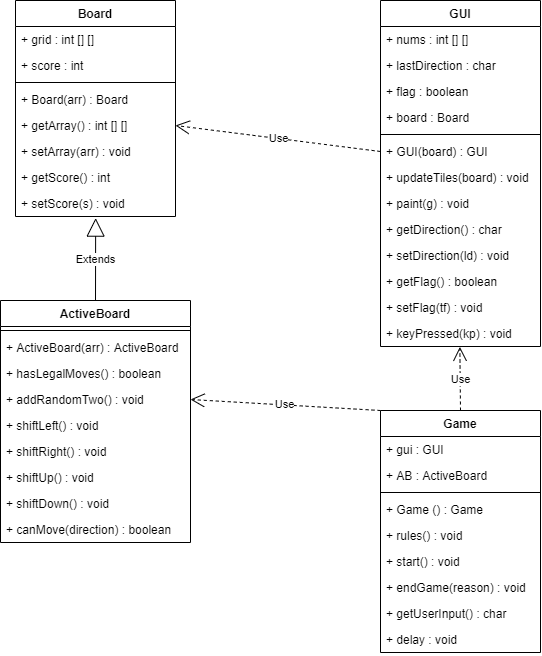
Computerized/2AA4 keeps this draw.io diagram as A4/specification/A4UML.png. Above is the earlier version. Source tidied: cells renumbered, new cells last; positions are measured from the earlier drawing's top-left corner, leaving out a move shared by most shapes. The source it was exported from:
```xml
<mxGraphModel>
  <root>
    <mxCell id="0" />
    <mxCell id="1" parent="0" />
    <mxCell id="2" value="Board" style="swimlane;fontStyle=1;align=center;verticalAlign=top;horizontal=1;startSize=26;" parent="1" vertex="1">
      <mxGeometry x="15" width="160" height="216" as="geometry" />
    </mxCell>
    <mxCell id="3" value="+ grid : int [] []" style="text;strokeColor=none;fillColor=none;align=left;verticalAlign=top;spacingLeft=4;spacingRight=4;overflow=hidden;" parent="2" vertex="1">
      <mxGeometry y="26" width="160" height="26" as="geometry" />
    </mxCell>
    <mxCell id="4" value="+ score : int" style="text;strokeColor=none;fillColor=none;align=left;verticalAlign=top;spacingLeft=4;spacingRight=4;overflow=hidden;" parent="2" vertex="1">
      <mxGeometry y="52" width="160" height="26" as="geometry" />
    </mxCell>
    <mxCell id="5" style="line;strokeWidth=1;fillColor=none;align=left;verticalAlign=middle;spacingTop=-1;spacingLeft=3;spacingRight=3;labelPosition=right;" parent="2" vertex="1">
      <mxGeometry y="78" width="160" height="8" as="geometry" />
    </mxCell>
    <mxCell id="6" value="+ Board(arr) : Board" style="text;strokeColor=none;fillColor=none;align=left;verticalAlign=top;spacingLeft=4;spacingRight=4;overflow=hidden;" parent="2" vertex="1">
      <mxGeometry y="86" width="160" height="26" as="geometry" />
    </mxCell>
    <mxCell id="7" value="+ getArray() : int [] []" style="text;strokeColor=none;fillColor=none;align=left;verticalAlign=top;spacingLeft=4;spacingRight=4;overflow=hidden;points=[[0,0.5],[1,0.5]];portConstraint=eastwest;" parent="2" vertex="1">
      <mxGeometry y="112" width="160" height="26" as="geometry" />
    </mxCell>
    <mxCell id="8" value="+ setArray(arr) : void" style="text;strokeColor=none;fillColor=none;align=left;verticalAlign=top;spacingLeft=4;spacingRight=4;overflow=hidden;" parent="2" vertex="1">
      <mxGeometry y="138" width="160" height="26" as="geometry" />
    </mxCell>
    <mxCell id="9" value="+ getScore() : int" style="text;strokeColor=none;fillColor=none;align=left;verticalAlign=top;spacingLeft=4;spacingRight=4;overflow=hidden;" parent="2" vertex="1">
      <mxGeometry y="164" width="160" height="26" as="geometry" />
    </mxCell>
    <mxCell id="10" value="+ setScore(s) : void" style="text;strokeColor=none;fillColor=none;align=left;verticalAlign=top;spacingLeft=4;spacingRight=4;overflow=hidden;points=[[0,0.5],[1,0.5]];portConstraint=eastwest;" parent="2" vertex="1">
      <mxGeometry y="190" width="160" height="26" as="geometry" />
    </mxCell>
    <mxCell id="11" value="ActiveBoard" style="swimlane;fontStyle=1;align=center;verticalAlign=top;horizontal=1;startSize=26;" parent="1" vertex="1">
      <mxGeometry y="300" width="190" height="242" as="geometry" />
    </mxCell>
    <mxCell id="12" style="line;strokeWidth=1;fillColor=none;align=left;verticalAlign=middle;spacingTop=-1;spacingLeft=3;spacingRight=3;labelPosition=right;" parent="11" vertex="1">
      <mxGeometry y="26" width="190" height="8" as="geometry" />
    </mxCell>
    <mxCell id="13" value="+ ActiveBoard(arr) : ActiveBoard" style="text;strokeColor=none;fillColor=none;align=left;verticalAlign=top;spacingLeft=4;spacingRight=4;overflow=hidden;" parent="11" vertex="1">
      <mxGeometry y="34" width="190" height="26" as="geometry" />
    </mxCell>
    <mxCell id="14" value="+ hasLegalMoves() : boolean" style="text;strokeColor=none;fillColor=none;align=left;verticalAlign=top;spacingLeft=4;spacingRight=4;overflow=hidden;" parent="11" vertex="1">
      <mxGeometry y="60" width="190" height="26" as="geometry" />
    </mxCell>
    <mxCell id="15" value="+ addRandomTwo() : void" style="text;strokeColor=none;fillColor=none;align=left;verticalAlign=top;spacingLeft=4;spacingRight=4;overflow=hidden;points=[[0,0.5],[1,0.5]];portConstraint=eastwest;" parent="11" vertex="1">
      <mxGeometry y="86" width="190" height="26" as="geometry" />
    </mxCell>
    <mxCell id="16" value="+ shiftLeft() : void" style="text;strokeColor=none;fillColor=none;align=left;verticalAlign=top;spacingLeft=4;spacingRight=4;overflow=hidden;" parent="11" vertex="1">
      <mxGeometry y="112" width="190" height="26" as="geometry" />
    </mxCell>
    <mxCell id="17" value="+ shiftRight() : void" style="text;strokeColor=none;fillColor=none;align=left;verticalAlign=top;spacingLeft=4;spacingRight=4;overflow=hidden;" parent="11" vertex="1">
      <mxGeometry y="138" width="190" height="26" as="geometry" />
    </mxCell>
    <mxCell id="18" value="+ shiftUp() : void" style="text;strokeColor=none;fillColor=none;align=left;verticalAlign=top;spacingLeft=4;spacingRight=4;overflow=hidden;" parent="11" vertex="1">
      <mxGeometry y="164" width="190" height="26" as="geometry" />
    </mxCell>
    <mxCell id="19" value="+ shiftDown() : void" style="text;strokeColor=none;fillColor=none;align=left;verticalAlign=top;spacingLeft=4;spacingRight=4;overflow=hidden;" parent="11" vertex="1">
      <mxGeometry y="190" width="190" height="26" as="geometry" />
    </mxCell>
    <mxCell id="20" value="+ canMove(direction) : boolean" style="text;strokeColor=none;fillColor=none;align=left;verticalAlign=top;spacingLeft=4;spacingRight=4;overflow=hidden;" parent="11" vertex="1">
      <mxGeometry y="216" width="190" height="26" as="geometry" />
    </mxCell>
    <mxCell id="21" value="GUI" style="swimlane;fontStyle=1;align=center;verticalAlign=top;horizontal=1;startSize=26;" parent="1" vertex="1">
      <mxGeometry x="380" width="160" height="346" as="geometry" />
    </mxCell>
    <mxCell id="22" value="+ nums : int [] []" style="text;strokeColor=none;fillColor=none;align=left;verticalAlign=top;spacingLeft=4;spacingRight=4;overflow=hidden;" parent="21" vertex="1">
      <mxGeometry y="26" width="160" height="26" as="geometry" />
    </mxCell>
    <mxCell id="23" value="+ lastDirection : char" style="text;strokeColor=none;fillColor=none;align=left;verticalAlign=top;spacingLeft=4;spacingRight=4;overflow=hidden;" parent="21" vertex="1">
      <mxGeometry y="52" width="160" height="26" as="geometry" />
    </mxCell>
    <mxCell id="24" value="+ flag : boolean" style="text;strokeColor=none;fillColor=none;align=left;verticalAlign=top;spacingLeft=4;spacingRight=4;overflow=hidden;" parent="21" vertex="1">
      <mxGeometry y="78" width="160" height="26" as="geometry" />
    </mxCell>
    <mxCell id="25" value="+ board : Board" style="text;strokeColor=none;fillColor=none;align=left;verticalAlign=top;spacingLeft=4;spacingRight=4;overflow=hidden;" parent="21" vertex="1">
      <mxGeometry y="104" width="160" height="26" as="geometry" />
    </mxCell>
    <mxCell id="26" style="line;strokeWidth=1;fillColor=none;align=left;verticalAlign=middle;spacingTop=-1;spacingLeft=3;spacingRight=3;labelPosition=right;" parent="21" vertex="1">
      <mxGeometry y="130" width="160" height="8" as="geometry" />
    </mxCell>
    <mxCell id="27" value="+ GUI(board) : GUI" style="text;strokeColor=none;fillColor=none;align=left;verticalAlign=top;spacingLeft=4;spacingRight=4;overflow=hidden;points=[[0,0.5],[1,0.5]];portConstraint=eastwest;" parent="21" vertex="1">
      <mxGeometry y="138" width="160" height="26" as="geometry" />
    </mxCell>
    <mxCell id="28" value="+ updateTiles(board) : void" style="text;strokeColor=none;fillColor=none;align=left;verticalAlign=top;spacingLeft=4;spacingRight=4;overflow=hidden;points=[[0,0.5],[1,0.5]];portConstraint=eastwest;" parent="21" vertex="1">
      <mxGeometry y="164" width="160" height="26" as="geometry" />
    </mxCell>
    <mxCell id="29" value="+ paint(g) : void" style="text;strokeColor=none;fillColor=none;align=left;verticalAlign=top;spacingLeft=4;spacingRight=4;overflow=hidden;" parent="21" vertex="1">
      <mxGeometry y="190" width="160" height="26" as="geometry" />
    </mxCell>
    <mxCell id="30" value="+ getDirection() : char" style="text;strokeColor=none;fillColor=none;align=left;verticalAlign=top;spacingLeft=4;spacingRight=4;overflow=hidden;" parent="21" vertex="1">
      <mxGeometry y="216" width="160" height="26" as="geometry" />
    </mxCell>
    <mxCell id="31" value="+ setDirection(ld) : void" style="text;strokeColor=none;fillColor=none;align=left;verticalAlign=top;spacingLeft=4;spacingRight=4;overflow=hidden;" parent="21" vertex="1">
      <mxGeometry y="242" width="160" height="26" as="geometry" />
    </mxCell>
    <mxCell id="32" value="+ getFlag() : boolean" style="text;strokeColor=none;fillColor=none;align=left;verticalAlign=top;spacingLeft=4;spacingRight=4;overflow=hidden;" parent="21" vertex="1">
      <mxGeometry y="268" width="160" height="26" as="geometry" />
    </mxCell>
    <mxCell id="33" value="+ setFlag(tf) : void" style="text;strokeColor=none;fillColor=none;align=left;verticalAlign=top;spacingLeft=4;spacingRight=4;overflow=hidden;" parent="21" vertex="1">
      <mxGeometry y="294" width="160" height="26" as="geometry" />
    </mxCell>
    <mxCell id="34" value="+ keyPressed(kp) : void" style="text;strokeColor=none;fillColor=none;align=left;verticalAlign=top;spacingLeft=4;spacingRight=4;overflow=hidden;points=[[0,0.5],[1,0.5]];portConstraint=eastwest;" parent="21" vertex="1">
      <mxGeometry y="320" width="160" height="26" as="geometry" />
    </mxCell>
    <mxCell id="35" value="Game" style="swimlane;fontStyle=1;align=center;verticalAlign=top;horizontal=1;startSize=26;" parent="1" vertex="1">
      <mxGeometry x="380" y="410" width="160" height="242" as="geometry" />
    </mxCell>
    <mxCell id="36" value="+ gui : GUI" style="text;strokeColor=none;fillColor=none;align=left;verticalAlign=top;spacingLeft=4;spacingRight=4;overflow=hidden;" parent="35" vertex="1">
      <mxGeometry y="26" width="160" height="26" as="geometry" />
    </mxCell>
    <mxCell id="37" value="+ AB : ActiveBoard" style="text;strokeColor=none;fillColor=none;align=left;verticalAlign=top;spacingLeft=4;spacingRight=4;overflow=hidden;" parent="35" vertex="1">
      <mxGeometry y="52" width="160" height="26" as="geometry" />
    </mxCell>
    <mxCell id="38" style="line;strokeWidth=1;fillColor=none;align=left;verticalAlign=middle;spacingTop=-1;spacingLeft=3;spacingRight=3;labelPosition=right;" parent="35" vertex="1">
      <mxGeometry y="78" width="160" height="8" as="geometry" />
    </mxCell>
    <mxCell id="39" value="+ Game () : Game" style="text;strokeColor=none;fillColor=none;align=left;verticalAlign=top;spacingLeft=4;spacingRight=4;overflow=hidden;" parent="35" vertex="1">
      <mxGeometry y="86" width="160" height="26" as="geometry" />
    </mxCell>
    <mxCell id="40" value="+ rules() : void" style="text;strokeColor=none;fillColor=none;align=left;verticalAlign=top;spacingLeft=4;spacingRight=4;overflow=hidden;" parent="35" vertex="1">
      <mxGeometry y="112" width="160" height="26" as="geometry" />
    </mxCell>
    <mxCell id="41" value="+ start() : void" style="text;strokeColor=none;fillColor=none;align=left;verticalAlign=top;spacingLeft=4;spacingRight=4;overflow=hidden;" parent="35" vertex="1">
      <mxGeometry y="138" width="160" height="26" as="geometry" />
    </mxCell>
    <mxCell id="42" value="+ endGame(reason) : void" style="text;strokeColor=none;fillColor=none;align=left;verticalAlign=top;spacingLeft=4;spacingRight=4;overflow=hidden;" parent="35" vertex="1">
      <mxGeometry y="164" width="160" height="26" as="geometry" />
    </mxCell>
    <mxCell id="43" value="+ getUserInput() : char" style="text;strokeColor=none;fillColor=none;align=left;verticalAlign=top;spacingLeft=4;spacingRight=4;overflow=hidden;" parent="35" vertex="1">
      <mxGeometry y="190" width="160" height="26" as="geometry" />
    </mxCell>
    <mxCell id="44" value="+ delay : void" style="text;strokeColor=none;fillColor=none;align=left;verticalAlign=top;spacingLeft=4;spacingRight=4;overflow=hidden;" parent="35" vertex="1">
      <mxGeometry y="216" width="160" height="26" as="geometry" />
    </mxCell>
    <mxCell id="45" value="Extends" style="endArrow=block;endSize=16;endFill=0;html=1;exitX=0.5;exitY=0;exitDx=0;exitDy=0;entryX=0.501;entryY=1.062;entryDx=0;entryDy=0;entryPerimeter=0;" parent="1" edge="1" source="11" target="10">
      <mxGeometry relative="1" as="geometry" />
    </mxCell>
    <mxCell id="46" value="Use" style="endArrow=open;endSize=12;dashed=1;html=1;exitX=0.5;exitY=0;exitDx=0;exitDy=0;entryX=0.496;entryY=1.014;entryDx=0;entryDy=0;entryPerimeter=0;" parent="1" edge="1" source="35" target="34">
      <mxGeometry relative="1" as="geometry" />
    </mxCell>
    <mxCell id="47" value="Use" style="endArrow=open;endSize=12;dashed=1;html=1;exitX=0;exitY=0;exitDx=0;exitDy=0;entryX=1;entryY=0.5;entryDx=0;entryDy=0;" parent="1" edge="1" source="35" target="15">
      <mxGeometry relative="1" as="geometry" />
    </mxCell>
    <mxCell id="48" value="Use" style="endArrow=open;endSize=12;dashed=1;html=1;exitX=0;exitY=0.5;exitDx=0;exitDy=0;entryX=1;entryY=0.5;entryDx=0;entryDy=0;" parent="1" edge="1" source="27" target="7">
      <mxGeometry relative="1" as="geometry" />
    </mxCell>
  </root>
</mxGraphModel>
```
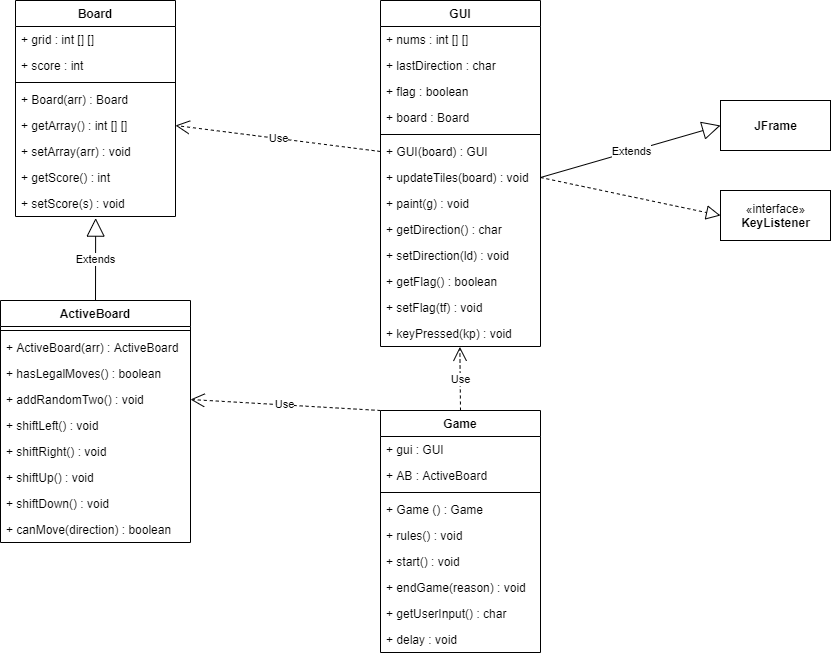
After the change.

Change to the diagram source:
```diff
@@ -143,5 +143,17 @@
     <mxCell id="48" value="Use" style="endArrow=open;endSize=12;dashed=1;html=1;exitX=0;exitY=0.5;exitDx=0;exitDy=0;entryX=1;entryY=0.5;entryDx=0;entryDy=0;" parent="1" edge="1" source="27" target="7">
       <mxGeometry relative="1" as="geometry" />
     </mxCell>
+    <mxCell id="49" value="&lt;b&gt;JFrame&lt;/b&gt;" style="html=1;" parent="1" vertex="1">
+      <mxGeometry x="720" y="100" width="110" height="50" as="geometry" />
+    </mxCell>
+    <mxCell id="50" value="«interface»&lt;br&gt;&lt;b&gt;KeyListener&lt;/b&gt;" style="html=1;" parent="1" vertex="1">
+      <mxGeometry x="720" y="190" width="110" height="50" as="geometry" />
+    </mxCell>
+    <mxCell id="51" style="endArrow=block;dashed=1;endFill=0;endSize=12;html=1;exitX=1;exitY=0.5;exitDx=0;exitDy=0;entryX=0;entryY=0.5;entryDx=0;entryDy=0;" parent="1" edge="1" source="28" target="50">
+      <mxGeometry relative="1" as="geometry" />
+    </mxCell>
+    <mxCell id="52" value="Extends" style="endArrow=block;endSize=16;endFill=0;html=1;exitX=1;exitY=0.5;exitDx=0;exitDy=0;entryX=0;entryY=0.5;entryDx=0;entryDy=0;" parent="1" edge="1" source="28" target="49">
+      <mxGeometry relative="1" as="geometry" />
+    </mxCell>
   </root>
 </mxGraphModel>
```
